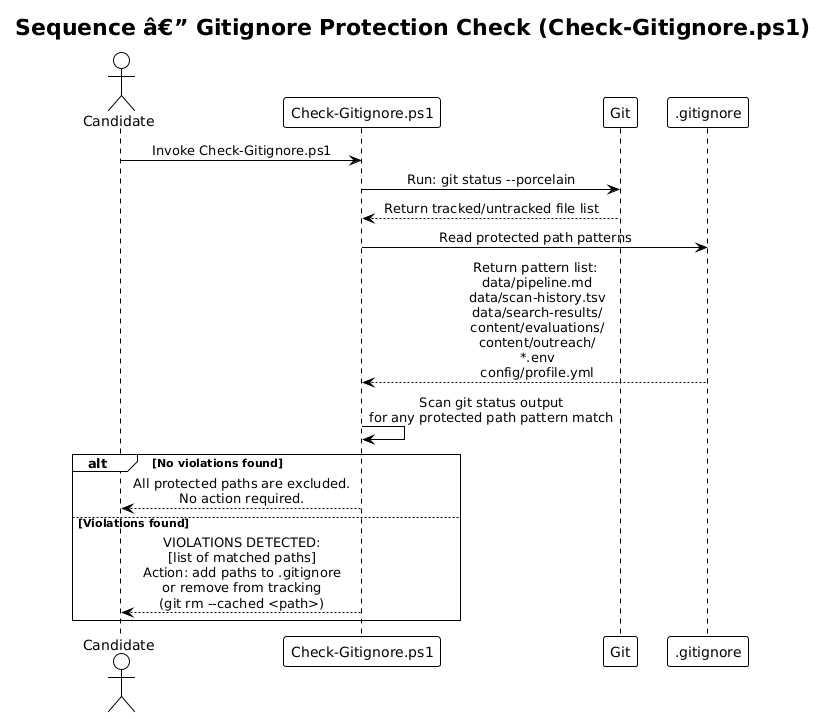
Earlier version of the PlantUML export docs/detailed-designs/13-skill-infrastructure/diagrams/sequence_gitignore_check.png (QuinntyneBrown/Orbit).
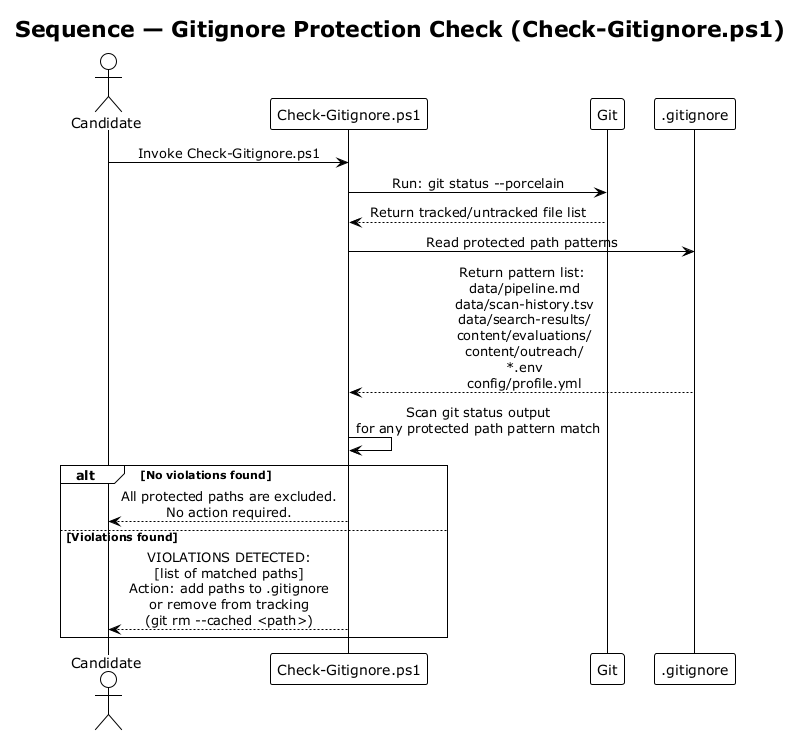
The same diagram one commit later.

Diff of the diagram source:
```diff
@@ -1,8 +1,8 @@
-@startuml
+@startuml sequence_gitignore_check
 !theme plain
 skinparam sequenceMessageAlign center
 
-title Sequence â€” Gitignore Protection Check (Check-Gitignore.ps1)
+title Sequence — Gitignore Protection Check (Check-Gitignore.ps1)
 
 actor Candidate
 participant "Check-Gitignore.ps1" as Script
@@ -24,4 +24,5 @@
 else Violations found
     Script --> Candidate : VIOLATIONS DETECTED:\n[list of matched paths]\nAction: add paths to .gitignore\nor remove from tracking\n(git rm --cached <path>)
 end
+
 @enduml
```
